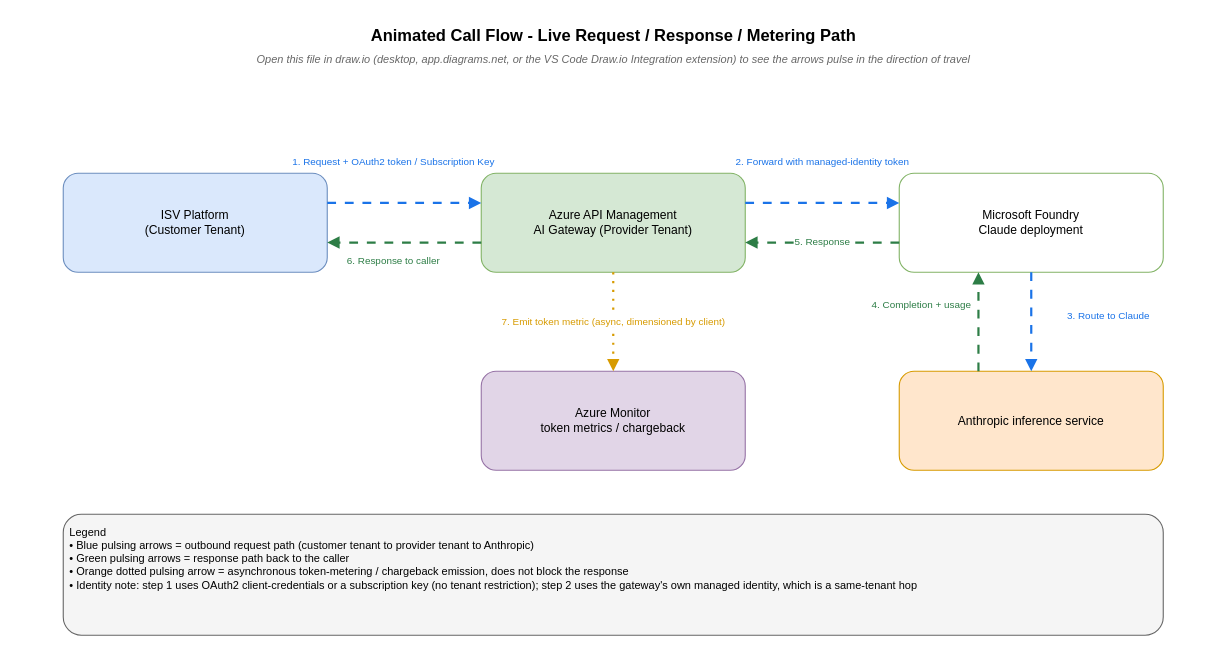
shaleen-wonder-ent/Cross-Tenant-AI-Gateway keeps this draw.io diagram as diagrams/06-animated-call-flow.drawio. Above is the earlier version. Source tidied: cells renumbered, new cells numbered last; positions are measured from the earlier drawing's top-left corner, leaving out a move shared by most shapes. Both pictures are drawn from the tidied source at 110%, with x=0, y=0 at pixel (19, 19).
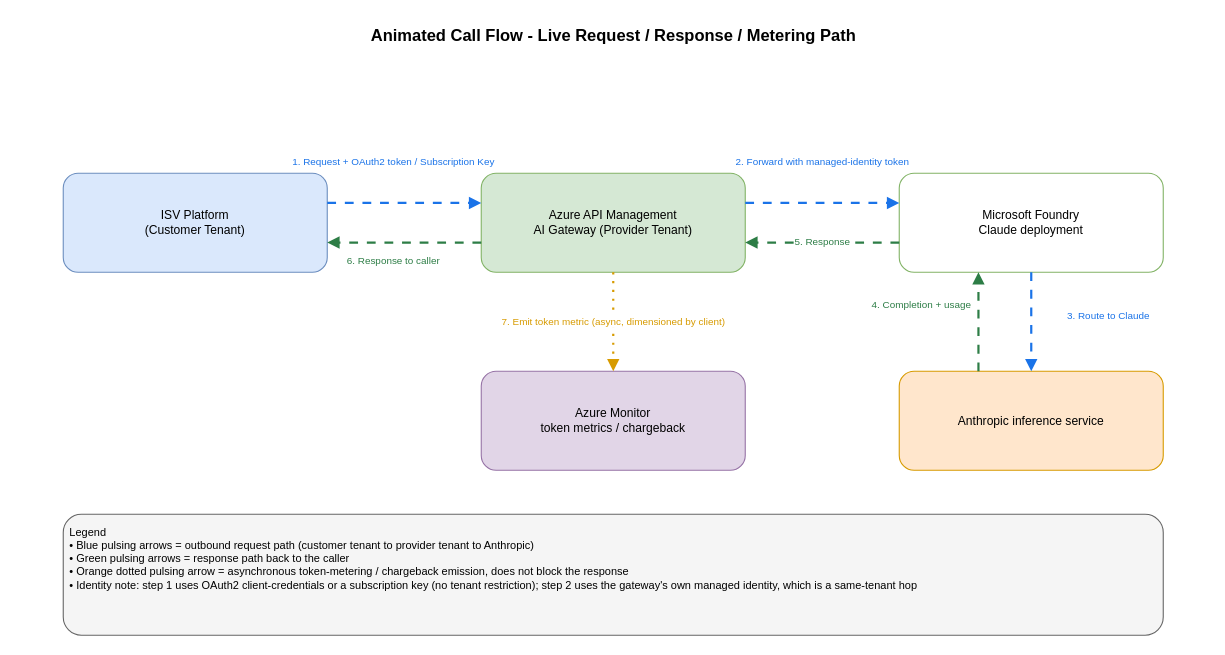
After the change.

Commit message (it also covers changes not shown here):
Networking doc: explicitly call out that VNet peering is not required for cross-tenant Private Link access

What changed in the source:
```diff
@@
 <mxGraphModel>
   <root>
     <mxCell id="0" />
     <mxCell id="1" parent="0" />
     <mxCell id="2" value="Animated Call Flow - Live Request / Response / Metering Path" style="text;html=1;align=center;verticalAlign=middle;fontSize=15;fontStyle=1;fillColor=none;strokeColor=none;" parent="1" vertex="1">
       <mxGeometry width="1080" height="28" as="geometry" />
     </mxCell>
-    <mxCell id="3" value="Open this file in draw.io (desktop, app.diagrams.net, or the VS Code Draw.io Integration extension) to see the arrows pulse in the direction of travel" style="text;html=1;align=center;verticalAlign=middle;fontSize=10;fontStyle=2;fontColor=#666666;fillColor=none;strokeColor=none;" parent="1" vertex="1">
-      <mxGeometry y="26" width="1080" height="20" as="geometry" />
-    </mxCell>
     <mxCell id="4" value="ISV Platform&lt;br&gt;(Customer Tenant)" style="rounded=1;whiteSpace=wrap;html=1;align=center;verticalAlign=middle;fontSize=11;fillColor=#dae8fc;strokeColor=#6c8ebf;" parent="1" vertex="1">
       <mxGeometry x="40" y="140" width="240" height="90" as="geometry" />
     </mxCell>
     <mxCell id="5" value="Azure API Management&lt;br&gt;AI Gateway (Provider Tenant)" style="rounded=1;whiteSpace=wrap;html=1;align=center;verticalAlign=middle;fontSize=11;fillColor=#d5e8d4;strokeColor=#82b366;" parent="1" vertex="1">
       <mxGeometry x="420" y="140" width="240" height="90" as="geometry" />
     </mxCell>
     <mxCell id="6" value="Microsoft Foundry&lt;br&gt;Claude deployment" style="rounded=1;whiteSpace=wrap;html=1;align=center;verticalAlign=middle;fontSize=11;fillColor=#ffffff;strokeColor=#82b366;" parent="1" vertex="1">
       <mxGeometry x="800" y="140" width="240" height="90" as="geometry" />
     </mxCell>
     <mxCell id="7" value="Anthropic inference service" style="rounded=1;whiteSpace=wrap;html=1;align=center;verticalAlign=middle;fontSize=11;fillColor=#ffe6cc;strokeColor=#d79b00;" parent="1" vertex="1">
       <mxGeometry x="800" y="320" width="240" height="90" as="geometry" />
     </mxCell>
     <mxCell id="8" value="Azure Monitor&lt;br&gt;token metrics / chargeback" style="rounded=1;whiteSpace=wrap;html=1;align=center;verticalAlign=middle;fontSize=11;fillColor=#e1d5e7;strokeColor=#9673a6;" parent="1" vertex="1">
       <mxGeometry x="420" y="320" width="240" height="90" as="geometry" />
     </mxCell>
     <mxCell id="9" value="1. Request + OAuth2 token / Subscription Key" style="edgeStyle=orthogonalEdgeStyle;rounded=0;html=1;endArrow=block;dashed=1;dashPattern=4 4;flowAnimation=1;strokeColor=#1a73e8;strokeWidth=2;fontSize=9;fontColor=#1a73e8;exitX=1;exitY=0.3;entryX=0;entryY=0.3;" parent="1" edge="1" source="4" target="5">
       <mxGeometry x="-0.14" y="37" relative="1" as="geometry" />
     </mxCell>
     <mxCell id="10" value="2. Forward with managed-identity token" style="edgeStyle=orthogonalEdgeStyle;rounded=0;html=1;endArrow=block;dashed=1;dashPattern=4 4;flowAnimation=1;strokeColor=#1a73e8;strokeWidth=2;fontSize=9;fontColor=#1a73e8;exitX=1;exitY=0.3;entryX=0;entryY=0.3;" parent="1" edge="1" source="5" target="6">
       <mxGeometry y="37" relative="1" as="geometry" />
     </mxCell>
     <mxCell id="11" value="3. Route to Claude" style="edgeStyle=orthogonalEdgeStyle;rounded=0;html=1;endArrow=block;dashed=1;dashPattern=4 4;flowAnimation=1;strokeColor=#1a73e8;strokeWidth=2;fontSize=9;fontColor=#1a73e8;exitX=0.5;exitY=1;entryX=0.5;entryY=0;" parent="1" edge="1" source="6" target="7">
       <mxGeometry x="-0.11" y="70" relative="1" as="geometry" />
     </mxCell>
     <mxCell id="12" value="4. Completion + usage" style="edgeStyle=orthogonalEdgeStyle;rounded=0;html=1;endArrow=block;dashed=1;dashPattern=4 4;flowAnimation=1;strokeColor=#2d7d46;strokeWidth=2;fontSize=9;fontColor=#2d7d46;exitX=0.3;exitY=0;entryX=0.3;entryY=1;" parent="1" edge="1" source="7" target="6">
       <mxGeometry x="0.33" y="52" relative="1" as="geometry" />
     </mxCell>
     <mxCell id="13" value="5. Response" style="edgeStyle=orthogonalEdgeStyle;rounded=0;html=1;endArrow=block;dashed=1;dashPattern=4 4;flowAnimation=1;strokeColor=#2d7d46;strokeWidth=2;fontSize=9;fontColor=#2d7d46;exitX=0;exitY=0.7;entryX=1;entryY=0.7;" parent="1" edge="1" source="6" target="5">
       <mxGeometry relative="1" as="geometry" />
     </mxCell>
     <mxCell id="14" value="6. Response to caller" style="edgeStyle=orthogonalEdgeStyle;rounded=0;html=1;endArrow=block;dashed=1;dashPattern=4 4;flowAnimation=1;strokeColor=#2d7d46;strokeWidth=2;fontSize=9;fontColor=#2d7d46;exitX=0;exitY=0.7;entryX=1;entryY=0.7;" parent="1" edge="1" source="5" target="4">
       <mxGeometry x="0.14" y="17" relative="1" as="geometry" />
     </mxCell>
     <mxCell id="15" value="7. Emit token metric (async, dimensioned by client)" style="edgeStyle=orthogonalEdgeStyle;rounded=0;html=1;endArrow=block;dashed=1;dashPattern=1 3;flowAnimation=1;strokeColor=#d79b00;strokeWidth=2;fontSize=9;fontColor=#d79b00;exitX=0.5;exitY=1;entryX=0.5;entryY=0;" parent="1" edge="1" source="5" target="8">
       <mxGeometry relative="1" as="geometry" />
     </mxCell>
     <mxCell id="16" value="Legend&lt;br&gt;• Blue pulsing arrows = outbound request path (customer tenant to provider tenant to Anthropic)&lt;br&gt;• Green pulsing arrows = response path back to the caller&lt;br&gt;• Orange dotted pulsing arrow = asynchronous token-metering / chargeback emission, does not block the response&lt;br&gt;• Identity note: step 1 uses OAuth2 client-credentials or a subscription key (no tenant restriction); step 2 uses the gateway's own managed identity, which is a same-tenant hop" style="rounded=1;whiteSpace=wrap;html=1;align=left;verticalAlign=top;spacing=6;fontSize=10;fillColor=#f5f5f5;strokeColor=#666666;" parent="1" vertex="1">
       <mxGeometry x="40" y="450" width="1000" height="110" as="geometry" />
     </mxCell>
   </root>
 </mxGraphModel>
```
